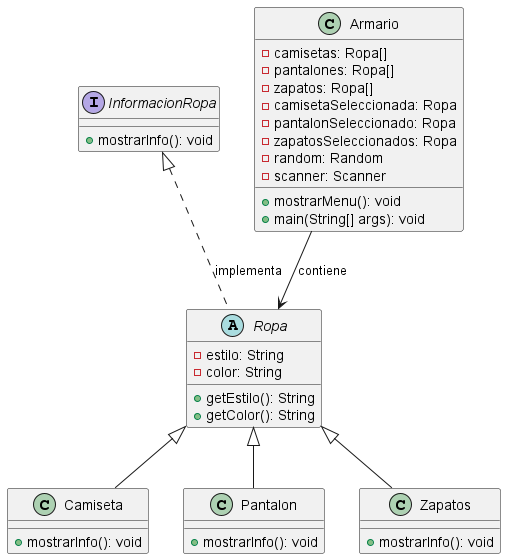
This is out/diagramaCloset/diagrama/diagrama.png from lauraax/programaDiagnostico, a PlantUML export, as it was before one commit.
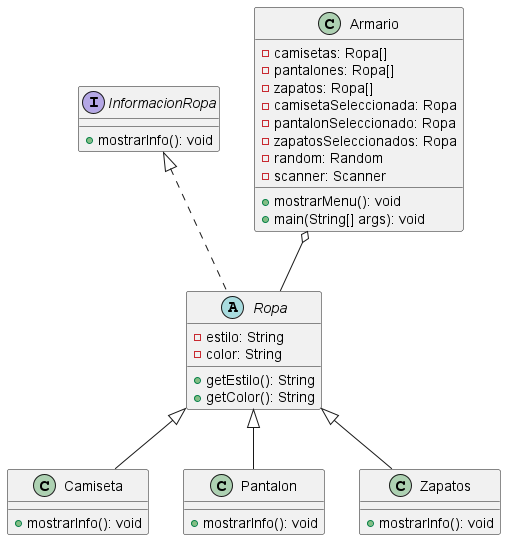
After the change.

Diff of the diagram source:
```diff
@@ -35,12 +35,10 @@
     +main(String[] args): void
 }
 
-InformacionRopa <|.. Ropa : implementa
+InformacionRopa <|.. Ropa
 Ropa <|-- Camiseta
 Ropa <|-- Pantalon
 Ropa <|-- Zapatos
 
-Armario --> Ropa : contiene
-
-
+Armario o-- Ropa
 @enduml
```
